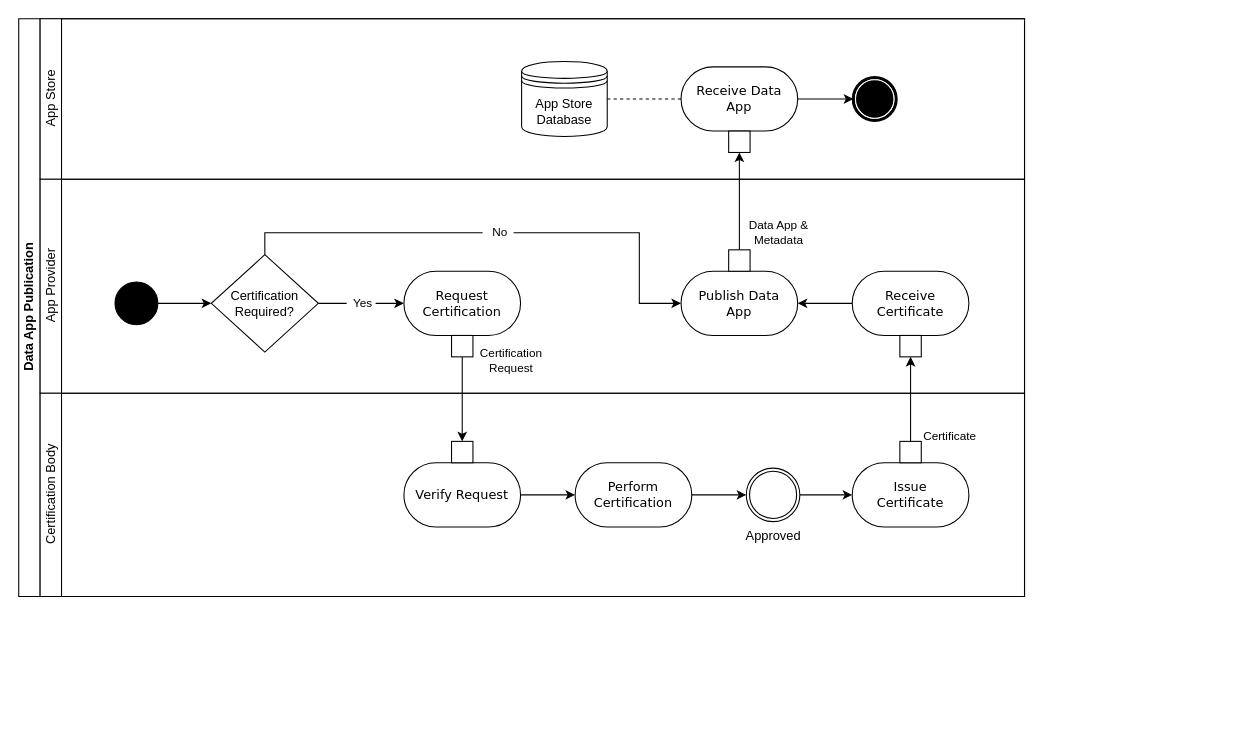
International-Data-Spaces-Association/IDS-RAM_4_0 keeps this draw.io diagram as page "Page-2" (1 of 2) of documentation/3_Layers_of_the_Reference_Architecture_Model/3_3_Process_Layer/media/data-app-publication-process.drawio. Above is the earlier version. Source tidied: cells renumbered, new cells numbered last; positions are measured from the earlier drawing's top-left corner, leaving out a move shared by most shapes. Both pictures are drawn from the tidied source at 107%, with x=0, y=0 at pixel (18, 18).
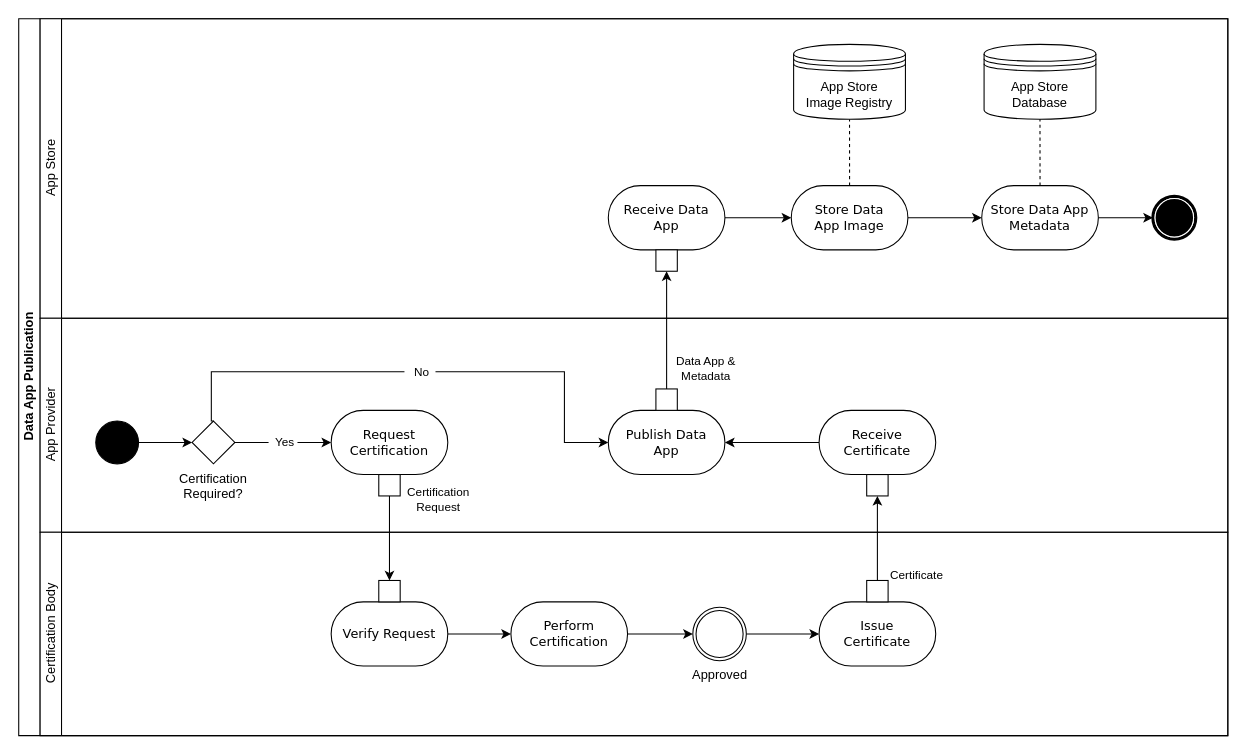
Above is the later version.

Commit message (it also covers changes not shown here):
update process figures

The edit, as a diff of the source:
```diff
@@
     <mxCell id="2" value="Data App Publication" style="swimlane;html=1;horizontal=0;startSize=20;flipH=0;direction=east;" parent="1" vertex="1">
-      <mxGeometry width="940" height="540" as="geometry" />
+      <mxGeometry width="1130" height="670" as="geometry" />
     </mxCell>
@@
     <mxCell id="7" value="App Store" style="swimlane;html=1;startSize=20;horizontal=0;fontStyle=0;" parent="2" vertex="1">
-      <mxGeometry x="20" width="920" height="150" as="geometry" />
+      <mxGeometry x="20" width="1110" height="280" as="geometry" />
     </mxCell>
     <mxCell id="8" style="shape=mxgraph.bpmn.shape;html=1;verticalLabelPosition=bottom;labelBackgroundColor=#ffffff;verticalAlign=top;perimeter=ellipsePerimeter;outline=end;symbol=terminate;rounded=0;shadow=0;comic=0;strokeWidth=1;fontFamily=Verdana;fontSize=12;align=center;" parent="7" vertex="1">
-      <mxGeometry x="760" y="55" width="40" height="40" as="geometry" />
+      <mxGeometry x="1040" y="166" width="40" height="40" as="geometry" />
     </mxCell>
-    <mxCell id="9" style="edgeStyle=orthogonalEdgeStyle;rounded=0;jettySize=auto;html=1;entryX=0;entryY=0.5;entryDx=0;entryDy=0;" parent="7" edge="1" source="11" target="8">
-      <mxGeometry relative="1" as="geometry" />
-    </mxCell>
-    <mxCell id="10" style="edgeStyle=orthogonalEdgeStyle;rounded=0;jettySize=auto;html=1;entryX=1;entryY=0.5;entryDx=0;entryDy=0;dashed=1;endArrow=none;endFill=0;" parent="7" edge="1" source="11" target="12">
+    <mxCell id="10" style="rounded=0;jettySize=auto;html=1;entryX=0.5;entryY=1;entryDx=0;entryDy=0;dashed=1;endArrow=none;endFill=0;exitX=0.5;exitY=0;exitDx=0;exitDy=0;" parent="7" edge="1" source="49" target="52">
       <mxGeometry relative="1" as="geometry" />
     </mxCell>
+    <mxCell id="47" style="edgeStyle=orthogonalEdgeStyle;rounded=0;jettySize=auto;html=1;entryX=0;entryY=0.5;entryDx=0;entryDy=0;" parent="7" edge="1" source="11" target="49">
+      <mxGeometry relative="1" as="geometry" />
+    </mxCell>
     <mxCell id="11" value="&lt;div&gt;Receive Data&lt;/div&gt;&lt;div&gt;App&lt;/div&gt;" style="rounded=1;whiteSpace=wrap;html=1;shadow=0;comic=0;labelBackgroundColor=none;strokeWidth=1;fontFamily=Verdana;fontSize=12;align=center;arcSize=50;" parent="7" vertex="1">
-      <mxGeometry x="599" y="45" width="109" height="60" as="geometry" />
+      <mxGeometry x="531" y="156" width="109" height="60" as="geometry" />
     </mxCell>
-    <mxCell id="12" value="App Store Database" style="shape=datastore;whiteSpace=wrap;html=1;" parent="7" vertex="1">
-      <mxGeometry x="450" y="40" width="80" height="70" as="geometry" />
-    </mxCell>
@@
     <mxCell id="14" style="rounded=0;whiteSpace=wrap;html=1;strokeColor=default;" parent="7" vertex="1">
-      <mxGeometry x="643.5" y="105" width="20" height="20" as="geometry" />
+      <mxGeometry x="575.5" y="216" width="20" height="20" as="geometry" />
     </mxCell>
+    <mxCell id="48" style="edgeStyle=orthogonalEdgeStyle;rounded=0;jettySize=auto;html=1;entryX=0;entryY=0.5;entryDx=0;entryDy=0;" parent="7" edge="1" source="49" target="51">
+      <mxGeometry relative="1" as="geometry" />
+    </mxCell>
+    <mxCell id="49" value="&lt;div&gt;Store Data&lt;/div&gt;&lt;div&gt;App Image&lt;br&gt;&lt;/div&gt;" style="rounded=1;whiteSpace=wrap;html=1;shadow=0;comic=0;labelBackgroundColor=none;strokeWidth=1;fontFamily=Verdana;fontSize=12;align=center;arcSize=50;" parent="7" vertex="1">
+      <mxGeometry x="702" y="156" width="109" height="60" as="geometry" />
+    </mxCell>
+    <mxCell id="50" style="edgeStyle=orthogonalEdgeStyle;rounded=0;jettySize=auto;html=1;entryX=0;entryY=0.5;entryDx=0;entryDy=0;" parent="7" edge="1" source="51" target="8">
+      <mxGeometry relative="1" as="geometry" />
+    </mxCell>
+    <mxCell id="51" value="Store Data App Metadata" style="rounded=1;whiteSpace=wrap;html=1;shadow=0;comic=0;labelBackgroundColor=none;strokeWidth=1;fontFamily=Verdana;fontSize=12;align=center;arcSize=50;" parent="7" vertex="1">
+      <mxGeometry x="880" y="156" width="109" height="60" as="geometry" />
+    </mxCell>
+    <mxCell id="12" value="App Store Database" style="shape=datastore;whiteSpace=wrap;html=1;" parent="7" vertex="1">
+      <mxGeometry x="882.2" y="24" width="104.5" height="70" as="geometry" />
+    </mxCell>
+    <mxCell id="52" value="&lt;div&gt;App Store&lt;/div&gt;&lt;div&gt;Image Registry&lt;br&gt;&lt;/div&gt;" style="shape=datastore;whiteSpace=wrap;html=1;" parent="7" vertex="1">
+      <mxGeometry x="704.2" y="24" width="104.5" height="70" as="geometry" />
+    </mxCell>
+    <mxCell id="53" style="rounded=0;jettySize=auto;html=1;entryX=0.5;entryY=1;entryDx=0;entryDy=0;dashed=1;endArrow=none;endFill=0;exitX=0.5;exitY=0;exitDx=0;exitDy=0;" parent="7" edge="1" source="51" target="12">
+      <mxGeometry relative="1" as="geometry" />
+    </mxCell>
     <mxCell id="15" value="App Provider" style="swimlane;html=1;startSize=20;horizontal=0;fontStyle=0;" parent="2" vertex="1">
-      <mxGeometry x="20" y="150" width="920" height="200" as="geometry" />
+      <mxGeometry x="20" y="280" width="1110" height="200" as="geometry" />
     </mxCell>
-    <mxCell id="16" style="edgeStyle=orthogonalEdgeStyle;rounded=0;jettySize=auto;html=1;entryX=0;entryY=0.5;entryDx=0;entryDy=0;" parent="15" edge="1" source="17" target="20">
+    <mxCell id="16" style="edgeStyle=orthogonalEdgeStyle;rounded=0;jettySize=auto;html=1;entryX=0;entryY=0.5;entryDx=0;entryDy=0;" parent="15" edge="1" source="17" target="54">
       <mxGeometry relative="1" as="geometry" />
     </mxCell>
     <mxCell id="17" style="ellipse;whiteSpace=wrap;html=1;rounded=0;shadow=0;comic=0;labelBackgroundColor=none;strokeWidth=1;fillColor=#000000;fontFamily=Verdana;fontSize=12;align=center;" parent="15" vertex="1">
-      <mxGeometry x="70" y="96" width="40" height="40" as="geometry" />
+      <mxGeometry x="52" y="96" width="40" height="40" as="geometry" />
     </mxCell>
-    <mxCell id="18" value="&amp;nbsp; Yes&amp;nbsp; " style="edgeStyle=orthogonalEdgeStyle;rounded=0;jettySize=auto;html=1;entryX=0;entryY=0.5;entryDx=0;entryDy=0;" parent="15" edge="1" source="20" target="21">
+    <mxCell id="18" value="&amp;nbsp; Yes&amp;nbsp; " style="edgeStyle=orthogonalEdgeStyle;rounded=0;jettySize=auto;html=1;entryX=0;entryY=0.5;entryDx=0;entryDy=0;exitX=1;exitY=0.5;exitDx=0;exitDy=0;" parent="15" edge="1" source="54" target="21">
       <mxGeometry relative="1" as="geometry" />
     </mxCell>
-    <mxCell id="19" value="&amp;nbsp;&amp;nbsp; No&amp;nbsp;&amp;nbsp; " style="edgeStyle=orthogonalEdgeStyle;rounded=0;jettySize=auto;html=1;entryX=0;entryY=0.5;entryDx=0;entryDy=0;exitX=0.5;exitY=0;exitDx=0;exitDy=0;" parent="15" edge="1" source="20" target="24">
+    <mxCell id="19" value="&amp;nbsp;&amp;nbsp; No&amp;nbsp;&amp;nbsp; " style="edgeStyle=orthogonalEdgeStyle;rounded=0;jettySize=auto;html=1;entryX=0;entryY=0.5;entryDx=0;entryDy=0;exitX=0.5;exitY=0;exitDx=0;exitDy=0;" parent="15" edge="1" source="54" target="24">
       <mxGeometry relative="1" as="geometry">
         <Array as="points">
-          <mxPoint x="210" y="50" />
-          <mxPoint x="560" y="50" />
-          <mxPoint x="560" y="116" />
+          <mxPoint x="160" y="96" />
+          <mxPoint x="160" y="50" />
+          <mxPoint x="490" y="50" />
+          <mxPoint x="490" y="116" />
         </Array>
       </mxGeometry>
     </mxCell>
-    <mxCell id="20" value="Certification Required?" style="rhombus;whiteSpace=wrap;html=1;" parent="15" vertex="1">
-      <mxGeometry x="160" y="70.5" width="100" height="91" as="geometry" />
-    </mxCell>
     <mxCell id="21" value="Request Certification" style="rounded=1;whiteSpace=wrap;html=1;shadow=0;comic=0;labelBackgroundColor=none;strokeWidth=1;fontFamily=Verdana;fontSize=12;align=center;arcSize=50;" parent="15" vertex="1">
-      <mxGeometry x="340" y="86" width="109" height="60" as="geometry" />
+      <mxGeometry x="272" y="86" width="109" height="60" as="geometry" />
     </mxCell>
@@
     <mxCell id="23" value="Receive Certificate" style="rounded=1;whiteSpace=wrap;html=1;shadow=0;comic=0;labelBackgroundColor=none;strokeWidth=1;fontFamily=Verdana;fontSize=12;align=center;arcSize=50;" parent="15" vertex="1">
-      <mxGeometry x="759" y="86" width="109" height="60" as="geometry" />
+      <mxGeometry x="728" y="86" width="109" height="60" as="geometry" />
     </mxCell>
     <mxCell id="24" value="&lt;div&gt;Publish Data&lt;/div&gt;&lt;div&gt;App&lt;/div&gt;" style="rounded=1;whiteSpace=wrap;html=1;shadow=0;comic=0;labelBackgroundColor=none;strokeWidth=1;fontFamily=Verdana;fontSize=12;align=center;arcSize=50;" parent="15" vertex="1">
-      <mxGeometry x="599" y="86" width="109" height="60" as="geometry" />
+      <mxGeometry x="531" y="86" width="109" height="60" as="geometry" />
     </mxCell>
     <mxCell id="25" style="rounded=0;whiteSpace=wrap;html=1;strokeColor=default;" parent="15" vertex="1">
-      <mxGeometry x="384.5" y="146" width="20" height="20" as="geometry" />
+      <mxGeometry x="316.5" y="146" width="20" height="20" as="geometry" />
     </mxCell>
     <mxCell id="26" style="rounded=0;whiteSpace=wrap;html=1;strokeColor=default;" parent="15" vertex="1">
-      <mxGeometry x="803.5" y="146" width="20" height="20" as="geometry" />
+      <mxGeometry x="772.5" y="146" width="20" height="20" as="geometry" />
     </mxCell>
     <mxCell id="27" style="rounded=0;whiteSpace=wrap;html=1;strokeColor=default;" parent="15" vertex="1">
-      <mxGeometry x="643.5" y="66" width="20" height="20" as="geometry" />
+      <mxGeometry x="575.5" y="66" width="20" height="20" as="geometry" />
     </mxCell>
+    <mxCell id="20" value="Certification Required?" style="text;whiteSpace=wrap;html=1;align=center;" parent="15" vertex="1">
+      <mxGeometry x="122" y="136" width="80" height="40" as="geometry" />
+    </mxCell>
+    <mxCell id="54" style="rhombus;whiteSpace=wrap;html=1;" parent="15" vertex="1">
+      <mxGeometry x="142" y="96" width="40" height="40" as="geometry" />
+    </mxCell>
     <mxCell id="28" value="Certification Body" style="swimlane;html=1;startSize=20;horizontal=0;fontStyle=0;" parent="2" vertex="1">
-      <mxGeometry x="20" y="350" width="920" height="190" as="geometry" />
+      <mxGeometry x="20" y="480" width="1110" height="190" as="geometry" />
     </mxCell>
@@
     <mxCell id="39" value="Verify Request" style="rounded=1;whiteSpace=wrap;html=1;shadow=0;comic=0;labelBackgroundColor=none;strokeWidth=1;fontFamily=Verdana;fontSize=12;align=center;arcSize=50;" parent="28" vertex="1">
-      <mxGeometry x="340" y="65" width="109" height="60" as="geometry" />
+      <mxGeometry x="272" y="65" width="109" height="60" as="geometry" />
     </mxCell>
@@
     <mxCell id="41" value="Perform Certification" style="rounded=1;whiteSpace=wrap;html=1;shadow=0;comic=0;labelBackgroundColor=none;strokeWidth=1;fontFamily=Verdana;fontSize=12;align=center;arcSize=50;" parent="28" vertex="1">
-      <mxGeometry x="500" y="65" width="109" height="60" as="geometry" />
+      <mxGeometry x="440" y="65" width="109" height="60" as="geometry" />
     </mxCell>
     <mxCell id="42" value="&lt;div&gt;Issue&lt;/div&gt;&lt;div&gt;Certificate&lt;/div&gt;" style="rounded=1;whiteSpace=wrap;html=1;shadow=0;comic=0;labelBackgroundColor=none;strokeWidth=1;fontFamily=Verdana;fontSize=12;align=center;arcSize=50;" parent="28" vertex="1">
-      <mxGeometry x="759" y="65" width="109" height="60" as="geometry" />
+      <mxGeometry x="728" y="65" width="109" height="60" as="geometry" />
     </mxCell>
@@
     <mxCell id="44" value="Approved" style="points=[[0.145,0.145,0],[0.5,0,0],[0.855,0.145,0],[1,0.5,0],[0.855,0.855,0],[0.5,1,0],[0.145,0.855,0],[0,0.5,0]];shape=mxgraph.bpmn.event;html=1;verticalLabelPosition=bottom;labelBackgroundColor=#ffffff;verticalAlign=top;align=center;perimeter=ellipsePerimeter;outlineConnect=0;outline=throwing;symbol=general;" parent="28" vertex="1">
-      <mxGeometry x="660" y="70" width="50" height="50" as="geometry" />
+      <mxGeometry x="610" y="70" width="50" height="50" as="geometry" />
     </mxCell>
     <mxCell id="45" style="rounded=0;whiteSpace=wrap;html=1;strokeColor=default;" parent="28" vertex="1">
-      <mxGeometry x="384.5" y="45" width="20" height="20" as="geometry" />
+      <mxGeometry x="316.5" y="45" width="20" height="20" as="geometry" />
     </mxCell>
     <mxCell id="46" style="rounded=0;whiteSpace=wrap;html=1;strokeColor=default;" parent="28" vertex="1">
-      <mxGeometry x="803.5" y="45" width="20" height="20" as="geometry" />
+      <mxGeometry x="772.5" y="45" width="20" height="20" as="geometry" />
     </mxCell>
```
